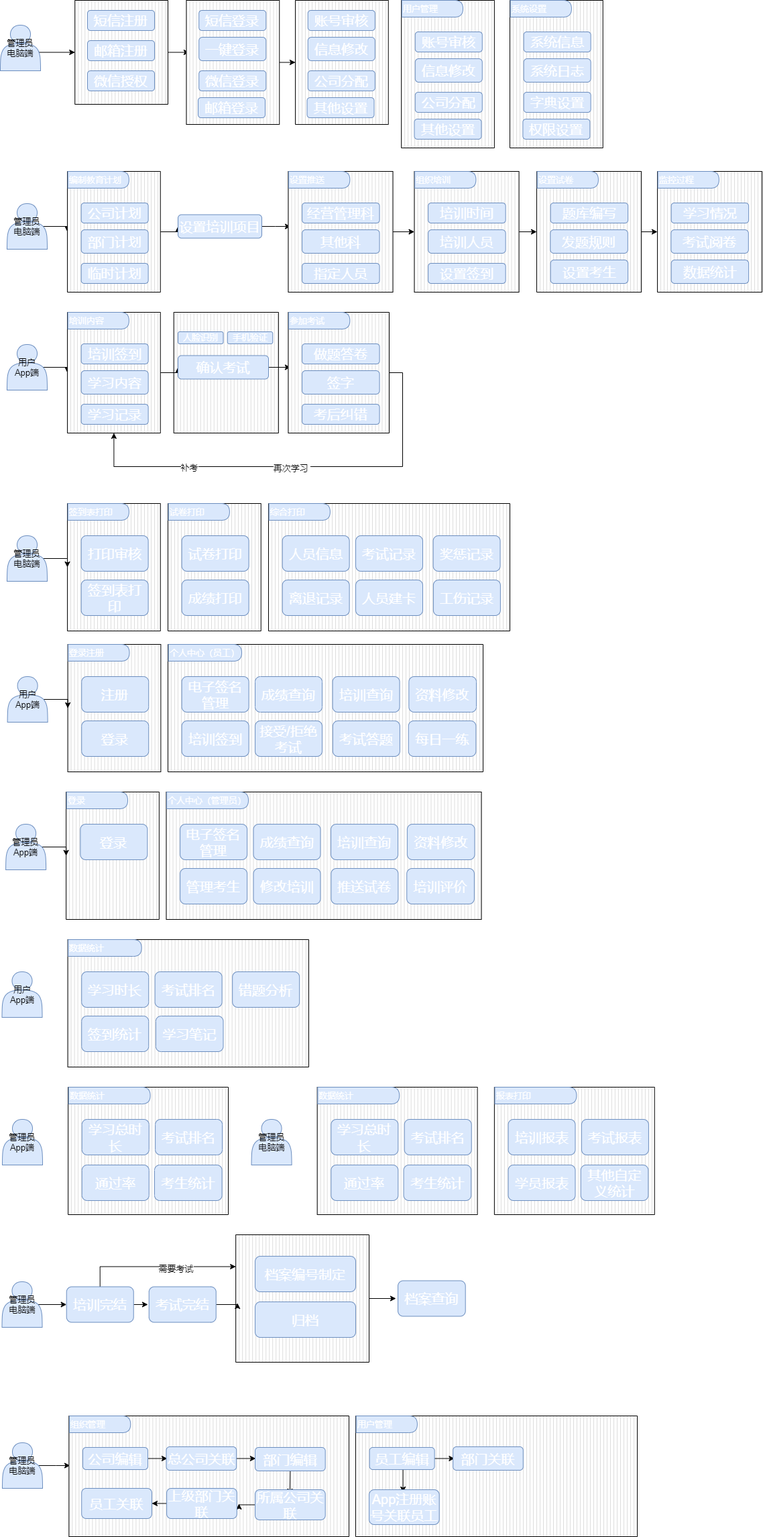
Above: Untitled Diagram.drawio.png in lenonjone/Toolkits (draw.io), before the change. Source tidied: cells renumbered, new cells last; positions are measured from the earlier drawing's top-left corner, leaving out a move shared by most shapes.
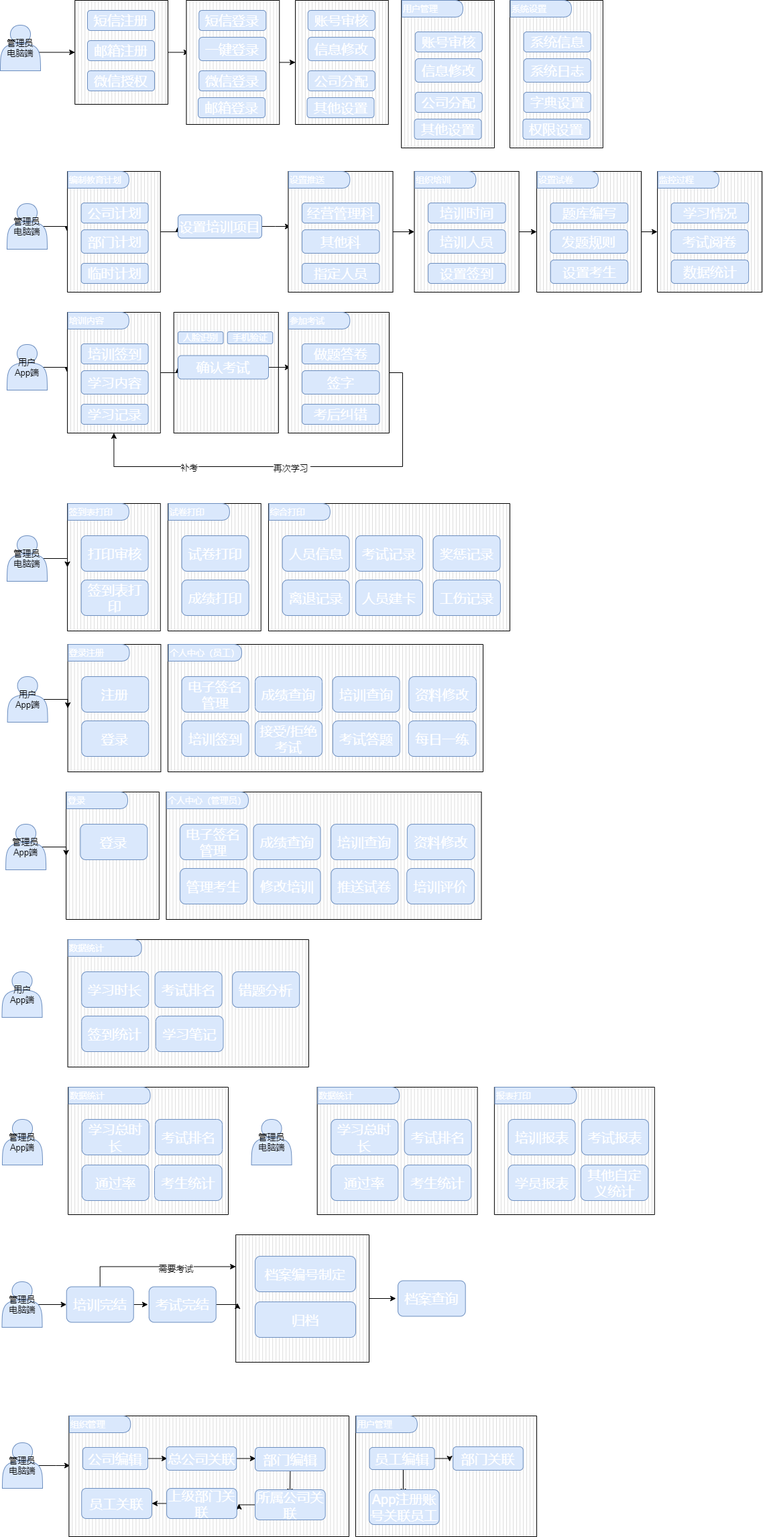
After the commit.

Change to the diagram source:
```diff
@@ -582,14 +582,14 @@
       <mxGeometry x="121.2" y="2218" width="104.7" height="45" as="geometry" />
     </mxCell>
     <mxCell id="191" style="verticalLabelPosition=bottom;verticalAlign=top;html=1;shape=mxgraph.basic.patternFillRect;fillStyle=vert;step=5;fillStrokeWidth=0.2;fillStrokeColor=#dddddd;fontSize=13;fontColor=#FFFFFF;" parent="1" vertex="1">
-      <mxGeometry x="530" y="2110" width="420" height="180" as="geometry" />
+      <mxGeometry x="530" y="2110" width="270" height="180" as="geometry" />
     </mxCell>
-    <mxCell id="192" style="edgeStyle=orthogonalEdgeStyle;rounded=0;jettySize=auto;html=1;exitX=1;exitY=0.5;exitDx=0;exitDy=0;entryX=0.351;entryY=0.356;entryDx=0;entryDy=0;entryPerimeter=0;fontSize=13;fontColor=#000000;" parent="1" edge="1" source="194" target="191">
-      <mxGeometry relative="1" as="geometry" />
-    </mxCell>
-    <mxCell id="193" style="edgeStyle=orthogonalEdgeStyle;rounded=0;jettySize=auto;html=1;exitX=0.5;exitY=1;exitDx=0;exitDy=0;entryX=0.168;entryY=0.633;entryDx=0;entryDy=0;entryPerimeter=0;fontSize=13;fontColor=#000000;" parent="1" edge="1" source="194" target="191">
-      <mxGeometry relative="1" as="geometry" />
-    </mxCell>
+    <mxCell id="198" style="edgeStyle=orthogonalEdgeStyle;rounded=0;jettySize=auto;html=1;exitX=1;exitY=0.5;exitDx=0;exitDy=0;entryX=0.519;entryY=0.378;entryDx=0;entryDy=0;entryPerimeter=0;fontSize=13;fontColor=#000000;" parent="1" edge="1" source="194" target="191">
+      <mxGeometry relative="1" as="geometry" />
+    </mxCell>
+    <mxCell id="199" style="edgeStyle=orthogonalEdgeStyle;rounded=0;jettySize=auto;html=1;exitX=0.5;exitY=1;exitDx=0;exitDy=0;entryX=0.263;entryY=0.65;entryDx=0;entryDy=0;entryPerimeter=0;fontSize=13;fontColor=#000000;" parent="1" edge="1" source="194" target="191">
+      <mxGeometry relative="1" as="geometry" />
+    </mxCell>
     <mxCell id="194" value="员工编辑" style="rounded=1;whiteSpace=wrap;html=1;fillColor=#dae8fc;strokeColor=#6c8ebf;fontColor=#FFFFFF;fontStyle=0;fontSize=20;" parent="1" vertex="1">
       <mxGeometry x="550.6" y="2157" width="97" height="33" as="geometry" />
     </mxCell>
```
